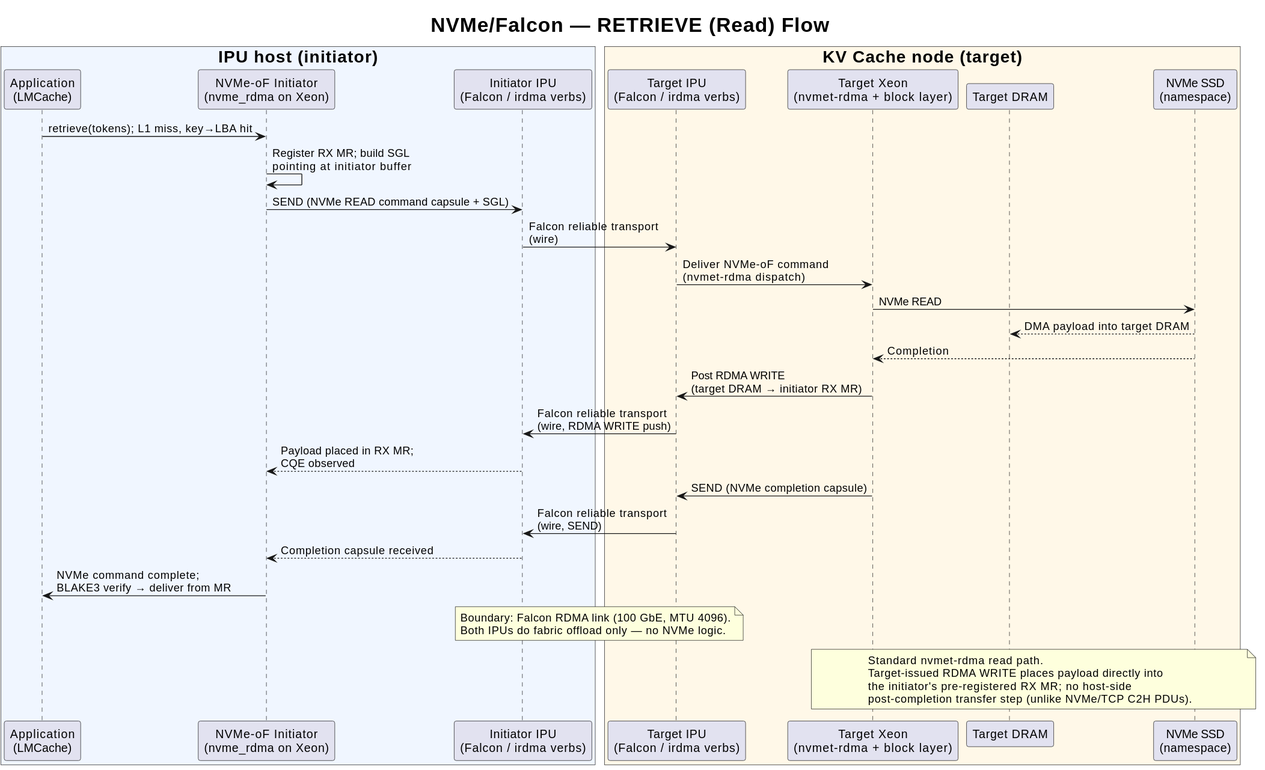
Above: docs/design/v1/platform/ipu-poc/diagrams/architecture-a-nvmeof-falcon-retrieve-flow.svg in tsg-/LMCache (PlantUML), before the change.
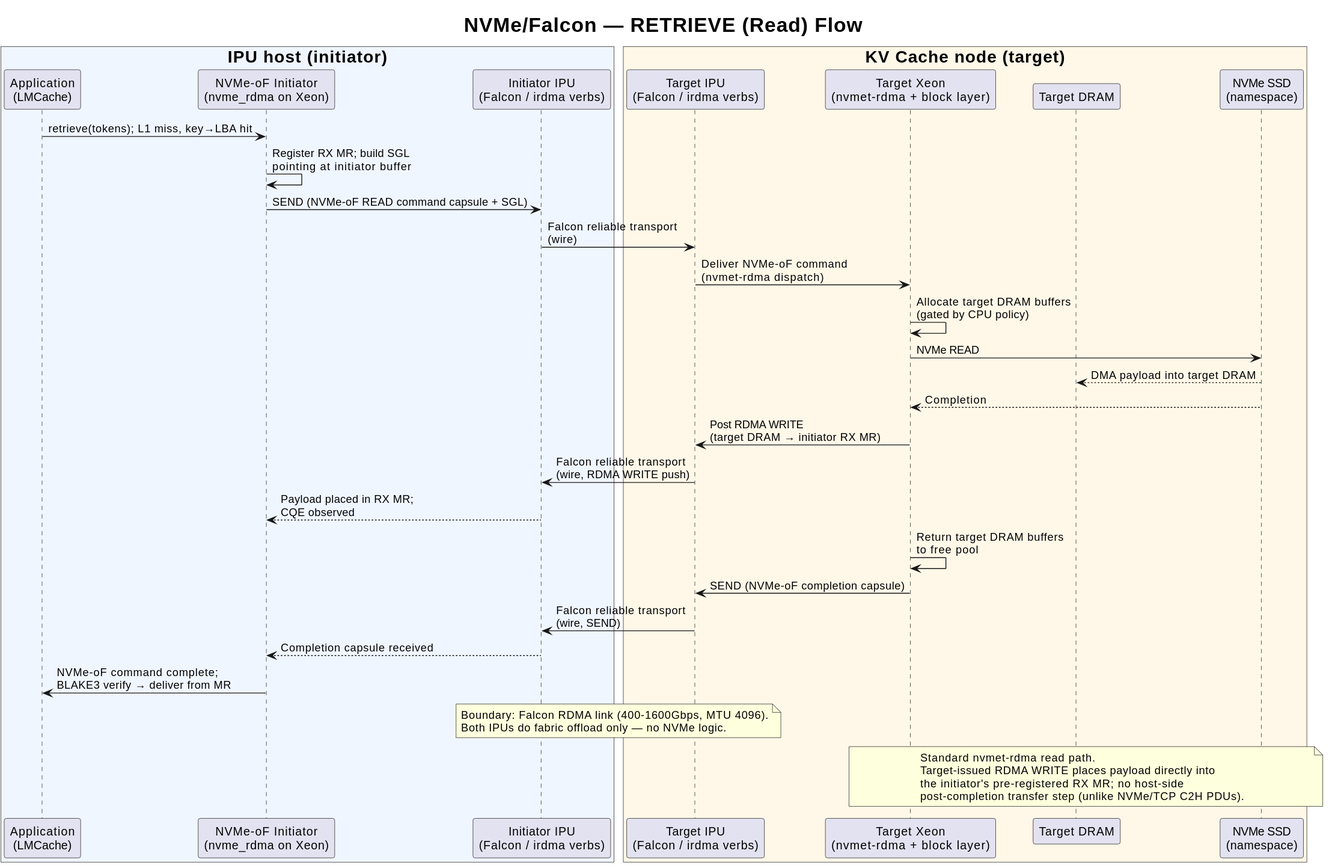
After the commit.

Commit message:
docs(alt): refine Falcon flow diagrams — NVMe-oF terminology, DRAM buffer gating, 400-1600Gbps link

The edit, as a diff of the source:
```diff
@@ -17,10 +17,11 @@
 
 APP -> INIT: retrieve(tokens); L1 miss, key→LBA hit
 INIT -> INIT: Register RX MR; build SGL\npointing at initiator buffer
-INIT -> IFAL: SEND (NVMe READ command capsule + SGL)
+INIT -> IFAL: SEND (NVMe-oF READ command capsule + SGL)
 IFAL -> TFAL: Falcon reliable transport\n(wire)
 TFAL -> CPU: Deliver NVMe-oF command\n(nvmet-rdma dispatch)
 
+CPU -> CPU: Allocate target DRAM buffers\n(gated by CPU policy)
 CPU -> SSD: NVMe READ
 SSD --> TDDR: DMA payload into target DRAM
 SSD --> CPU: Completion
@@ -28,15 +29,16 @@
 CPU -> TFAL: Post RDMA WRITE\n(target DRAM → initiator RX MR)
 TFAL -> IFAL: Falcon reliable transport\n(wire, RDMA WRITE push)
 IFAL --> INIT: Payload placed in RX MR;\nCQE observed
+CPU -> CPU: Return target DRAM buffers\nto free pool
 
-CPU -> TFAL: SEND (NVMe completion capsule)
+CPU -> TFAL: SEND (NVMe-oF completion capsule)
 TFAL -> IFAL: Falcon reliable transport\n(wire, SEND)
 IFAL --> INIT: Completion capsule received
 
-INIT -> APP: NVMe command complete;\nBLAKE3 verify → deliver from MR
+INIT -> APP: NVMe-oF command complete;\nBLAKE3 verify → deliver from MR
 
 note over IFAL, TFAL
-  Boundary: Falcon RDMA link (100 GbE, MTU 4096).
+  Boundary: Falcon RDMA link (400-1600Gbps, MTU 4096).
   Both IPUs do fabric offload only — no NVMe logic.
 end note
 
```
